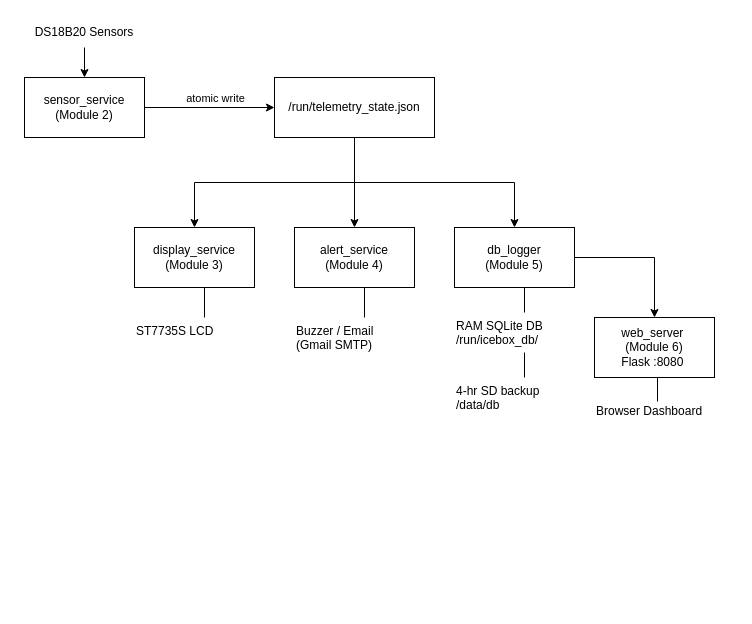
The draw.io diagram page "Overview" (1 of 2) of docs/architecture.drawio in crakerjac/IceboxHero, before the edit. Source tidied: cells renumbered, new cells numbered last; positions are measured from the earlier drawing's top-left corner, leaving out a move shared by most shapes. Both pictures are drawn from the tidied source at 100%, with x=0, y=0 at pixel (24, 17).
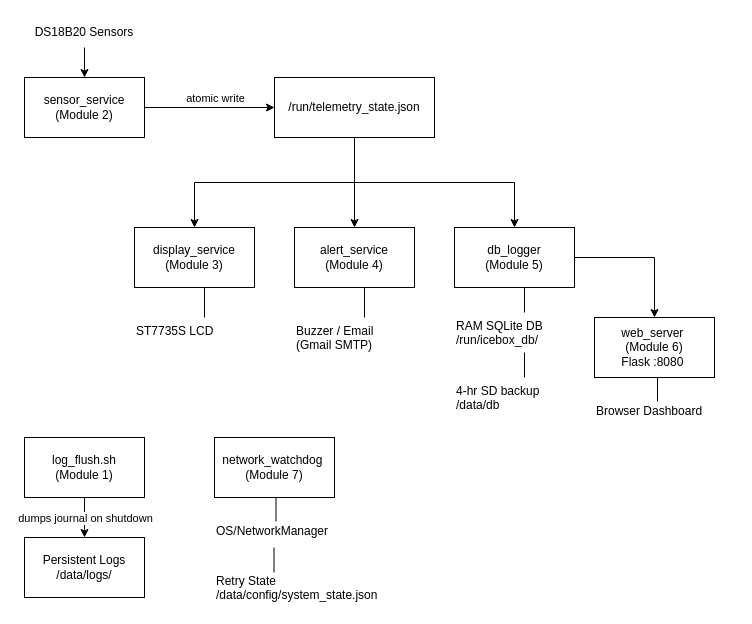
After the change.

Change to the diagram source:
```diff
@@
+    <mxCell id="26" value="&lt;span style=&quot;text-align: left;&quot;&gt;network_watchdog&amp;nbsp;&lt;br&gt;&lt;/span&gt;&lt;span style=&quot;color: light-dark(rgb(0, 0, 0), rgb(255, 255, 255)); text-align: left; background-color: transparent;&quot;&gt;(Module 7)&lt;/span&gt;" style="rounded=0;whiteSpace=wrap;html=1;" parent="1" vertex="1">
+      <mxGeometry x="190" y="420" width="120" height="60" as="geometry" />
+    </mxCell>
+    <mxCell id="27" value="OS/NetworkManager" style="text;html=1;whiteSpace=wrap;strokeColor=none;fillColor=none;align=left;verticalAlign=top;rounded=0;" parent="1" vertex="1">
+      <mxGeometry x="190" y="500" width="140" height="40" as="geometry" />
+    </mxCell>
+    <mxCell id="28" style="edgeStyle=orthogonalEdgeStyle;rounded=0;orthogonalLoop=1;jettySize=auto;html=1;exitX=0.5;exitY=1;exitDx=0;exitDy=0;entryX=0.45;entryY=0.1;entryDx=0;entryDy=0;entryPerimeter=0;endArrow=none;endFill=0;" parent="1" edge="1">
+      <mxGeometry relative="1" as="geometry">
+        <mxPoint x="248.5" y="480" as="sourcePoint" />
+        <mxPoint x="251.5" y="504" as="targetPoint" />
+      </mxGeometry>
+    </mxCell>
+    <mxCell id="29" value="Retry State&lt;br&gt;/data/config/system_state.json" style="text;html=1;whiteSpace=wrap;strokeColor=none;fillColor=none;align=left;verticalAlign=top;rounded=0;" parent="1" vertex="1">
+      <mxGeometry x="190" y="550" width="140" height="40" as="geometry" />
+    </mxCell>
+    <mxCell id="30" style="edgeStyle=orthogonalEdgeStyle;rounded=0;orthogonalLoop=1;jettySize=auto;html=1;exitX=0.5;exitY=1;exitDx=0;exitDy=0;entryX=0.5;entryY=0;entryDx=0;entryDy=0;endArrow=none;endFill=0;" parent="1" edge="1">
+      <mxGeometry relative="1" as="geometry">
+        <mxPoint x="249.5" y="530" as="sourcePoint" />
+        <mxPoint x="249.5" y="555" as="targetPoint" />
+      </mxGeometry>
+    </mxCell>
+    <mxCell id="31" value="log_flush.sh&lt;br&gt;(Module 1)" style="rounded=0;whiteSpace=wrap;html=1;" parent="1" vertex="1">
+      <mxGeometry y="420" width="120" height="60" as="geometry" />
+    </mxCell>
+    <mxCell id="32" value="Persistent Logs&lt;br&gt;/data/logs/" style="rounded=0;whiteSpace=wrap;html=1;" parent="1" vertex="1">
+      <mxGeometry y="520" width="120" height="60" as="geometry" />
+    </mxCell>
+    <mxCell id="33" style="edgeStyle=orthogonalEdgeStyle;rounded=0;jettySize=auto;html=1;" parent="1" edge="1" source="31" target="32">
+      <mxGeometry relative="1" as="geometry" />
+    </mxCell>
+    <mxCell id="34" value="dumps journal on shutdown" style="edgeLabel;html=1;align=center;verticalAlign=middle;" parent="33" vertex="1">
+      <mxGeometry relative="1" as="geometry" />
+    </mxCell>
```
